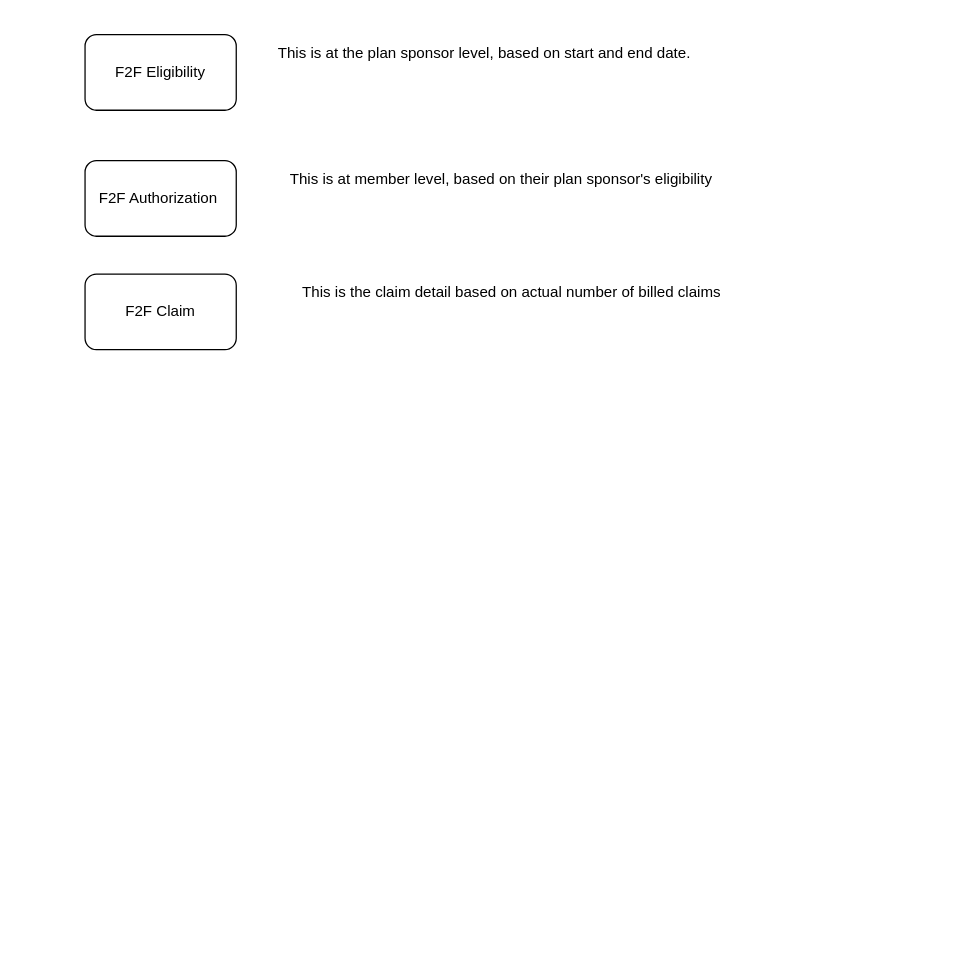
Earlier version of the draw.io diagram rfl.drawio (miaow27/miaow27). Source tidied: cells renumbered, new cells numbered last; positions are measured from the earlier drawing's top-left corner, leaving out a move shared by most shapes. Both pictures are drawn from the tidied source at 126%, with x=0, y=0 at pixel (84, 34).
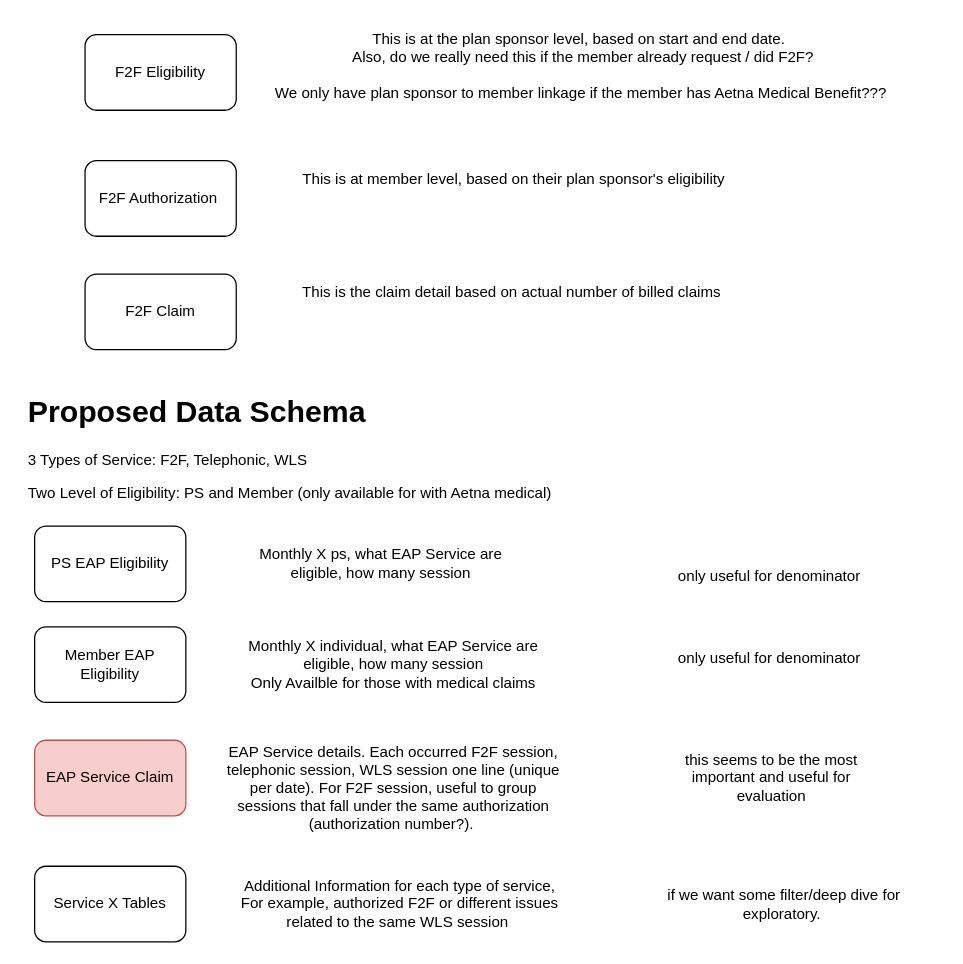
The same diagram, later.

The edit, as a diff of the source:
```diff
@@
-    <mxCell id="5" value="This is at the plan sponsor level, based on start and end date.&amp;nbsp;&amp;nbsp;" style="text;html=1;align=center;verticalAlign=middle;strokeColor=none;fillColor=none;" parent="1" vertex="1">
-      <mxGeometry x="140" width="360" height="30" as="geometry" />
+    <mxCell id="5" value="This is at the plan sponsor level, based on start and end date.&amp;nbsp;&amp;nbsp;&lt;br&gt;Also, do we really need this if the member already request / did F2F?&lt;br&gt;&lt;br&gt;We only have plan sponsor to member linkage if the member has Aetna Medical Benefit???&amp;nbsp;" style="text;html=1;align=center;verticalAlign=middle;strokeColor=none;fillColor=none;" parent="1" vertex="1">
+      <mxGeometry x="140" y="-10" width="510" height="70" as="geometry" />
     </mxCell>
     <mxCell id="6" value="This is at member level, based on their plan sponsor's eligibility" style="text;html=1;align=center;verticalAlign=middle;strokeColor=none;fillColor=none;" parent="1" vertex="1">
-      <mxGeometry x="150" y="100" width="360" height="30" as="geometry" />
+      <mxGeometry x="160" y="100" width="360" height="30" as="geometry" />
     </mxCell>
@@
+    <mxCell id="8" value="&lt;h1&gt;Proposed Data Schema&amp;nbsp;&lt;/h1&gt;&lt;p&gt;3 Types of Service: F2F, Telephonic, WLS&amp;nbsp;&lt;/p&gt;&lt;p&gt;Two Level of Eligibility: PS and Member (only available for with Aetna medical)&lt;/p&gt;&lt;p&gt;&lt;br&gt;&lt;/p&gt;" style="text;html=1;strokeColor=none;fillColor=none;spacing=5;spacingTop=-20;whiteSpace=wrap;overflow=hidden;rounded=0;" parent="1" vertex="1">
+      <mxGeometry x="-50" y="280" width="440" height="120" as="geometry" />
+    </mxCell>
+    <mxCell id="9" value="Service X Tables" style="rounded=1;whiteSpace=wrap;html=1;" parent="1" vertex="1">
+      <mxGeometry x="-40" y="660" width="120" height="60" as="geometry" />
+    </mxCell>
+    <mxCell id="10" value="EAP Service Claim" style="rounded=1;whiteSpace=wrap;html=1;fillColor=#f8cecc;strokeColor=#b85450;" parent="1" vertex="1">
+      <mxGeometry x="-40" y="560" width="120" height="60" as="geometry" />
+    </mxCell>
+    <mxCell id="11" value="PS EAP Eligibility" style="rounded=1;whiteSpace=wrap;html=1;" parent="1" vertex="1">
+      <mxGeometry x="-40" y="390" width="120" height="60" as="geometry" />
+    </mxCell>
+    <mxCell id="12" value="Member EAP Eligibility" style="rounded=1;whiteSpace=wrap;html=1;" parent="1" vertex="1">
+      <mxGeometry x="-40" y="470" width="120" height="60" as="geometry" />
+    </mxCell>
+    <mxCell id="13" value="Monthly X ps, what EAP Service are eligible, how many session" style="text;html=1;strokeColor=none;fillColor=none;align=center;verticalAlign=middle;whiteSpace=wrap;rounded=0;" parent="1" vertex="1">
+      <mxGeometry x="130" y="405" width="210" height="30" as="geometry" />
+    </mxCell>
+    <mxCell id="14" value="Monthly X individual, what EAP Service are eligible, how many session&lt;br&gt;Only Availble for those with medical claims" style="text;html=1;strokeColor=none;fillColor=none;align=center;verticalAlign=middle;whiteSpace=wrap;rounded=0;" parent="1" vertex="1">
+      <mxGeometry x="110" y="485" width="270" height="30" as="geometry" />
+    </mxCell>
+    <mxCell id="15" value="EAP Service details. Each occurred F2F session, telephonic session, WLS session one line (unique per date). For F2F session, useful to group sessions that fall under the same authorization (authorization number?).&amp;nbsp;" style="text;html=1;strokeColor=none;fillColor=none;align=center;verticalAlign=middle;whiteSpace=wrap;rounded=0;" parent="1" vertex="1">
+      <mxGeometry x="110" y="582.5" width="270" height="30" as="geometry" />
+    </mxCell>
+    <mxCell id="16" value="Additional Information for each type of service,&lt;br&gt;For example, authorized F2F or different issues related to the same WLS session&amp;nbsp;" style="text;html=1;strokeColor=none;fillColor=none;align=center;verticalAlign=middle;whiteSpace=wrap;rounded=0;" parent="1" vertex="1">
+      <mxGeometry x="120" y="675" width="260" height="30" as="geometry" />
+    </mxCell>
+    <mxCell id="17" value="only useful for denominator&amp;nbsp;" style="text;html=1;strokeColor=none;fillColor=none;align=center;verticalAlign=middle;whiteSpace=wrap;rounded=0;" parent="1" vertex="1">
+      <mxGeometry x="420" y="480" width="250" height="30" as="geometry" />
+    </mxCell>
+    <mxCell id="18" value="only useful for denominator&amp;nbsp;" style="text;html=1;strokeColor=none;fillColor=none;align=center;verticalAlign=middle;whiteSpace=wrap;rounded=0;" parent="1" vertex="1">
+      <mxGeometry x="420" y="415" width="250" height="30" as="geometry" />
+    </mxCell>
+    <mxCell id="19" value="this seems to be the most important and useful for evaluation" style="text;html=1;strokeColor=none;fillColor=none;align=center;verticalAlign=middle;whiteSpace=wrap;rounded=0;" parent="1" vertex="1">
+      <mxGeometry x="455" y="567.5" width="180" height="45" as="geometry" />
+    </mxCell>
+    <mxCell id="20" value="if we want some filter/deep dive for exploratory.&amp;nbsp;&lt;br&gt;" style="text;html=1;strokeColor=none;fillColor=none;align=center;verticalAlign=middle;whiteSpace=wrap;rounded=0;" parent="1" vertex="1">
+      <mxGeometry x="430" y="675" width="250" height="30" as="geometry" />
+    </mxCell>
```
